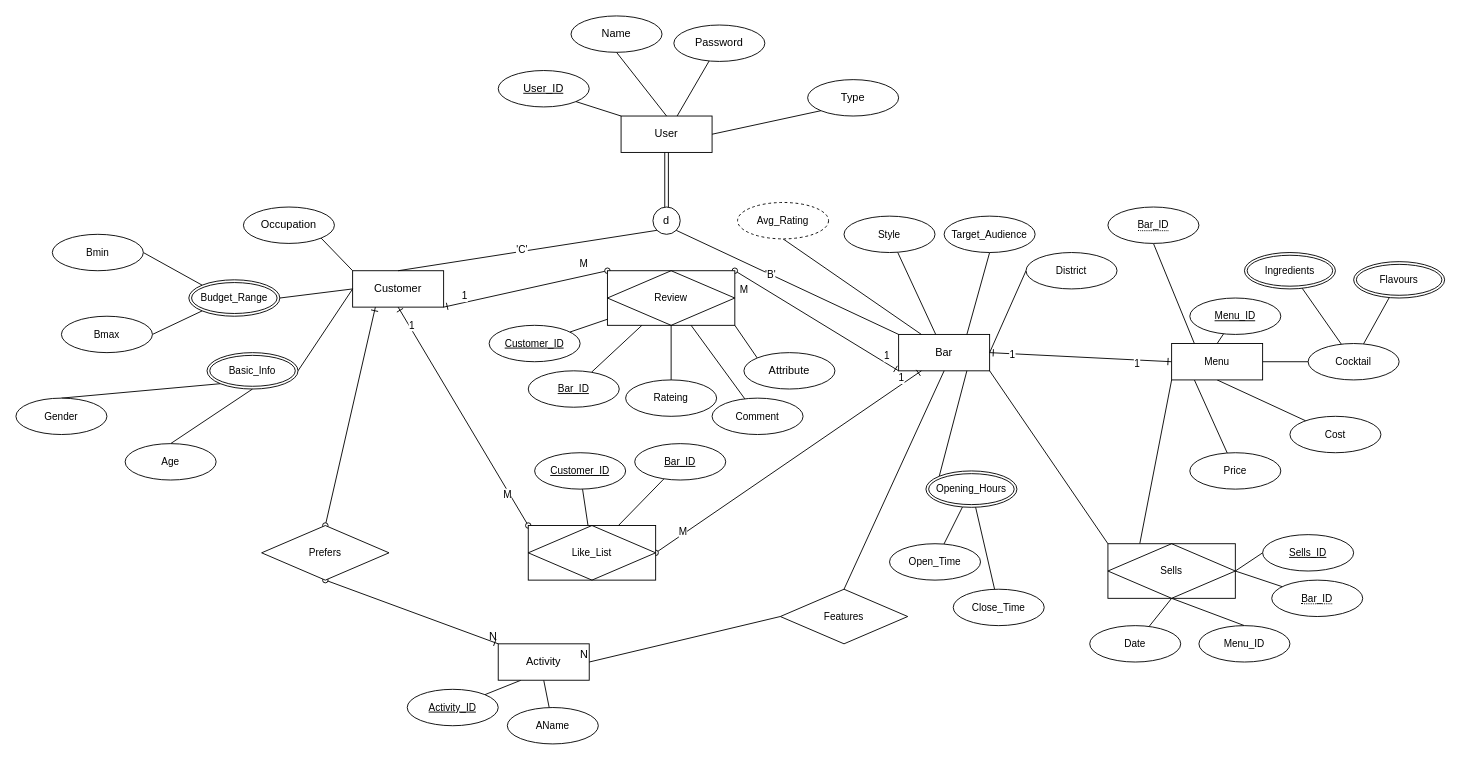
Before: page "Page-1" (1 of 2) of finalProjectERD.drawio in tp12356twNccu/Database_NCCU, a draw.io diagram. Source tidied: cells renumbered, new cells numbered last; positions are measured from the earlier drawing's top-left corner, leaving out a move shared by most shapes. Both pictures are drawn from the tidied source at 91%, with x=0, y=0 at pixel (15, 15).
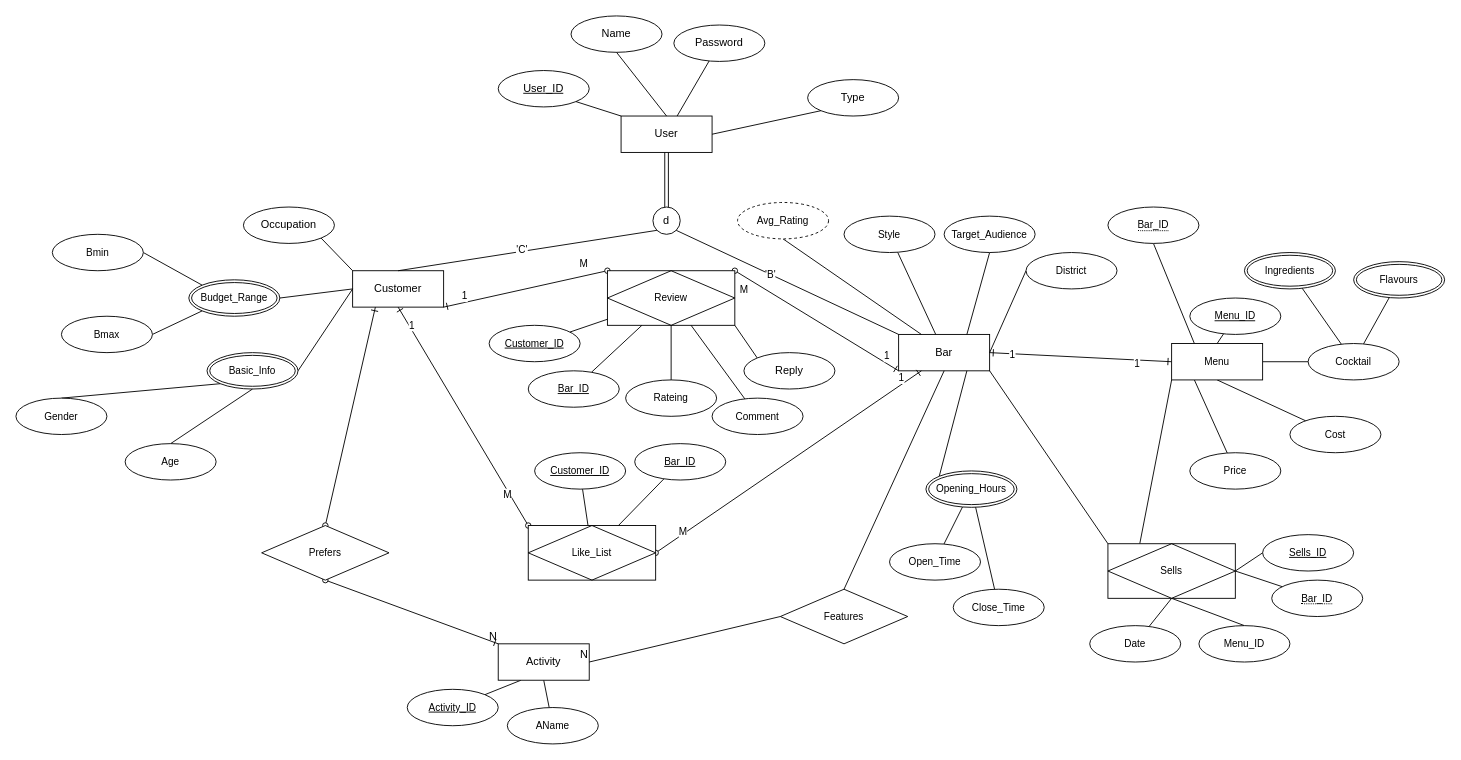
The same page after the edit.

Change to the diagram source:
```diff
@@
-    <mxCell id="92" value="Attribute" style="ellipse;whiteSpace=wrap;html=1;align=center;" parent="1" vertex="1">
+    <mxCell id="92" value="Reply" style="ellipse;whiteSpace=wrap;html=1;align=center;" parent="1" vertex="1">
       <mxGeometry x="800" y="370" width="100" height="40" as="geometry" />
     </mxCell>
```
